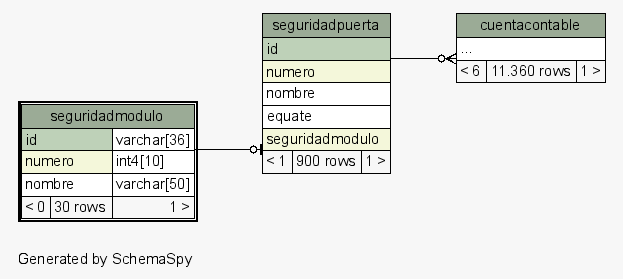
The Graphviz diagram files/db/pp/schema/diagrams/seguridadmodulo.2degrees.png in diegopablomansilla/ms14, before a commit. Its source is kept beside it as files/db/pp/schema/diagrams/seguridadmodulo.2degrees.dot. Its diagram source:
```dot
digraph "twoDegreesRelationshipsDiagram" {
  graph [
    rankdir="RL"
    bgcolor="#f7f7f7"
    label="\nGenerated by SchemaSpy"
    labeljust="l"
    nodesep="0.18"
    ranksep="0.46"
    fontname="Helvetica"
    fontsize="11"
  ];
  node [
    fontname="Helvetica"
    fontsize="11"
    shape="plaintext"
  ];
  edge [
    arrowsize="0.8"
  ];
  "cuentacontable":"elipses":sw -> "seguridadpuerta":"id":se [arrowhead=none dir=back arrowtail=crowodot];
  "seguridadpuerta":"seguridadmodulo":sw -> "seguridadmodulo":"id.type":se [arrowhead=none dir=back arrowtail=teeodot];
  "cuentacontable" [
    label=<
    <TABLE BORDER="0" CELLBORDER="1" CELLSPACING="0" BGCOLOR="#ffffff">
      <TR><TD COLSPAN="3" BGCOLOR="#9bab96" ALIGN="CENTER">cuentacontable</TD></TR>
      <TR><TD PORT="elipses" COLSPAN="3" ALIGN="LEFT">...</TD></TR>
      <TR><TD ALIGN="LEFT" BGCOLOR="#f7f7f7">&lt; 6</TD><TD ALIGN="RIGHT" BGCOLOR="#f7f7f7">11.360 rows</TD><TD ALIGN="RIGHT" BGCOLOR="#f7f7f7">1 &gt;</TD></TR>
    </TABLE>>
    URL="cuentacontable.html"
    tooltip="cuentacontable"
  ];
  "seguridadmodulo" [
    label=<
    <TABLE BORDER="2" CELLBORDER="1" CELLSPACING="0" BGCOLOR="#ffffff">
      <TR><TD COLSPAN="3" BGCOLOR="#9bab96" ALIGN="CENTER">seguridadmodulo</TD></TR>
      <TR><TD PORT="id" COLSPAN="2" BGCOLOR="#bed1b8" ALIGN="LEFT">id</TD><TD PORT="id.type" ALIGN="LEFT">varchar[36]</TD></TR>
      <TR><TD PORT="numero" COLSPAN="2" BGCOLOR="#f4f7da" ALIGN="LEFT">numero</TD><TD PORT="numero.type" ALIGN="LEFT">int4[10]</TD></TR>
      <TR><TD PORT="nombre" COLSPAN="2" ALIGN="LEFT">nombre</TD><TD PORT="nombre.type" ALIGN="LEFT">varchar[50]</TD></TR>
      <TR><TD ALIGN="LEFT" BGCOLOR="#f7f7f7">&lt; 0</TD><TD ALIGN="RIGHT" BGCOLOR="#f7f7f7">30 rows</TD><TD ALIGN="RIGHT" BGCOLOR="#f7f7f7">1 &gt;</TD></TR>
    </TABLE>>
    URL="seguridadmodulo.html"
    tooltip="seguridadmodulo"
  ];
  "seguridadpuerta" [
    label=<
    <TABLE BORDER="0" CELLBORDER="1" CELLSPACING="0" BGCOLOR="#ffffff">
      <TR><TD COLSPAN="3" BGCOLOR="#9bab96" ALIGN="CENTER">seguridadpuerta</TD></TR>
      <TR><TD PORT="id" COLSPAN="3" BGCOLOR="#bed1b8" ALIGN="LEFT">id</TD></TR>
      <TR><TD PORT="numero" COLSPAN="3" BGCOLOR="#f4f7da" ALIGN="LEFT">numero</TD></TR>
      <TR><TD PORT="nombre" COLSPAN="3" ALIGN="LEFT">nombre</TD></TR>
      <TR><TD PORT="equate" COLSPAN="3" ALIGN="LEFT">equate</TD></TR>
      <TR><TD PORT="seguridadmodulo" COLSPAN="3" BGCOLOR="#f4f7da" ALIGN="LEFT">seguridadmodulo</TD></TR>
      <TR><TD ALIGN="LEFT" BGCOLOR="#f7f7f7">&lt; 1</TD><TD ALIGN="RIGHT" BGCOLOR="#f7f7f7">900 rows</TD><TD ALIGN="RIGHT" BGCOLOR="#f7f7f7">1 &gt;</TD></TR>
    </TABLE>>
    URL="seguridadpuerta.html"
    tooltip="seguridadpuerta"
  ];
}
```
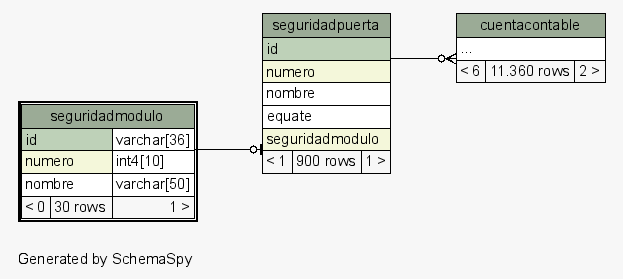
Later version of the same file.

Diff of the diagram source:
```diff
@@ -24,7 +24,7 @@
     <TABLE BORDER="0" CELLBORDER="1" CELLSPACING="0" BGCOLOR="#ffffff">
       <TR><TD COLSPAN="3" BGCOLOR="#9bab96" ALIGN="CENTER">cuentacontable</TD></TR>
       <TR><TD PORT="elipses" COLSPAN="3" ALIGN="LEFT">...</TD></TR>
-      <TR><TD ALIGN="LEFT" BGCOLOR="#f7f7f7">&lt; 6</TD><TD ALIGN="RIGHT" BGCOLOR="#f7f7f7">11.360 rows</TD><TD ALIGN="RIGHT" BGCOLOR="#f7f7f7">1 &gt;</TD></TR>
+      <TR><TD ALIGN="LEFT" BGCOLOR="#f7f7f7">&lt; 6</TD><TD ALIGN="RIGHT" BGCOLOR="#f7f7f7">11.360 rows</TD><TD ALIGN="RIGHT" BGCOLOR="#f7f7f7">2 &gt;</TD></TR>
     </TABLE>>
     URL="cuentacontable.html"
     tooltip="cuentacontable"
```
